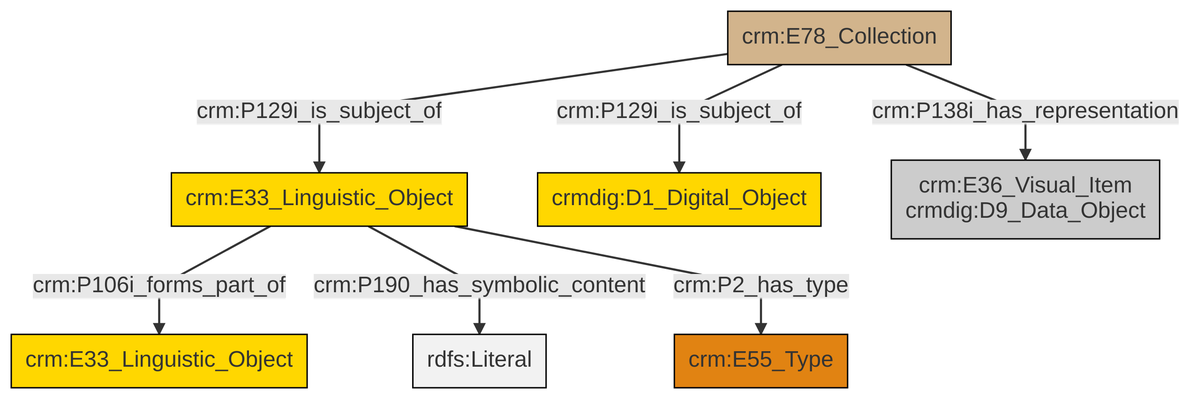
swiss-art-research-net/docs.swissartresearch keeps this Mermaid diagram as et/archivalCSV/ttl/mmd/png/archival_docs.png. Above is the earlier version. Its source is kept beside it as et/archivalCSV/ttl/mmd/archival_docs.ttl.mmd.
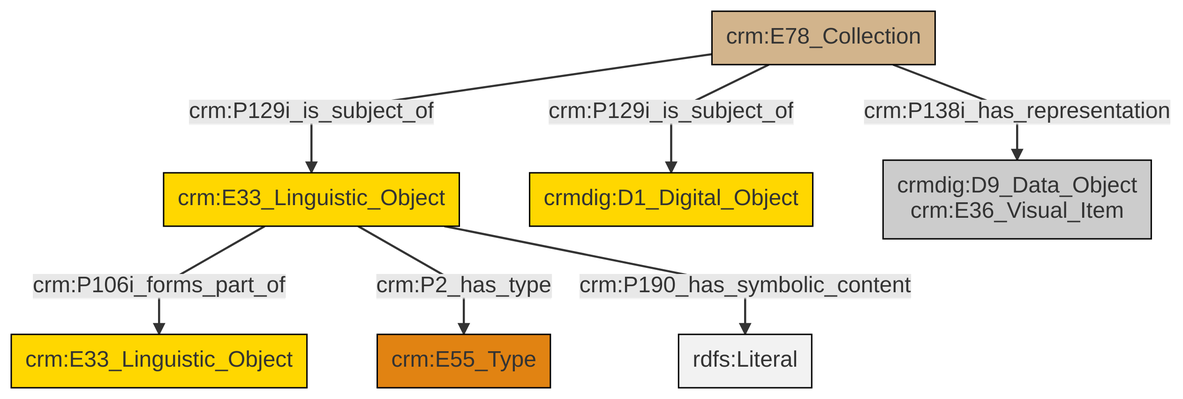
The same file after the commit.

The edit, as a diff of the source:
```diff
@@ -13,9 +13,9 @@
 classDef PC_Classes fill:#4ce600, stroke:#000000;
 classDef Multi fill:#cccccc,stroke:#000000;
 
-0["crm:E78_Collection"]:::Physical_Thing -->|crm:P129i_is_subject_of| 1["crm:E33_Linguistic_Object"]:::Conceptual_Object
-0["crm:E78_Collection"]:::Physical_Thing -->|crm:P138i_has_representation| 4["crm:E36_Visual_Item<br>crmdig:D9_Data_Object"]:::Multi
-1["crm:E33_Linguistic_Object"]:::Conceptual_Object -->|crm:P106i_forms_part_of| 6["crm:E33_Linguistic_Object"]:::Conceptual_Object
-0["crm:E78_Collection"]:::Physical_Thing -->|crm:P129i_is_subject_of| 2["crmdig:D1_Digital_Object"]:::Conceptual_Object
-1["crm:E33_Linguistic_Object"]:::Conceptual_Object -->|crm:P190_has_symbolic_content| 9[rdfs:Literal]:::Literal
-1["crm:E33_Linguistic_Object"]:::Conceptual_Object -->|crm:P2_has_type| 10["crm:E55_Type"]:::Type
+4["crm:E33_Linguistic_Object"]:::Conceptual_Object -->|crm:P106i_forms_part_of| 5["crm:E33_Linguistic_Object"]:::Conceptual_Object
+2["crm:E78_Collection"]:::Physical_Thing -->|crm:P129i_is_subject_of| 6["crmdig:D1_Digital_Object"]:::Conceptual_Object
+4["crm:E33_Linguistic_Object"]:::Conceptual_Object -->|crm:P2_has_type| 0["crm:E55_Type"]:::Type
+2["crm:E78_Collection"]:::Physical_Thing -->|crm:P129i_is_subject_of| 4["crm:E33_Linguistic_Object"]:::Conceptual_Object
+4["crm:E33_Linguistic_Object"]:::Conceptual_Object -->|crm:P190_has_symbolic_content| 11[rdfs:Literal]:::Literal
+2["crm:E78_Collection"]:::Physical_Thing -->|crm:P138i_has_representation| 9["crmdig:D9_Data_Object<br>crm:E36_Visual_Item"]:::Multi
```
